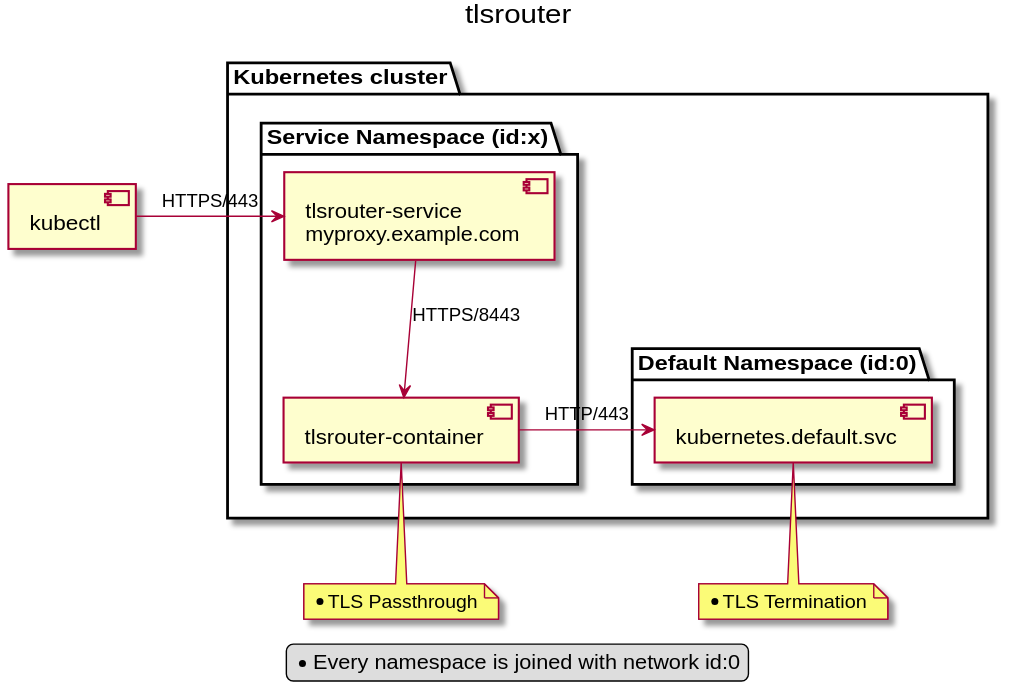
Above: resource/components.svg in michiel/docker-k8s-tlsrouter (PlantUML), before the change.
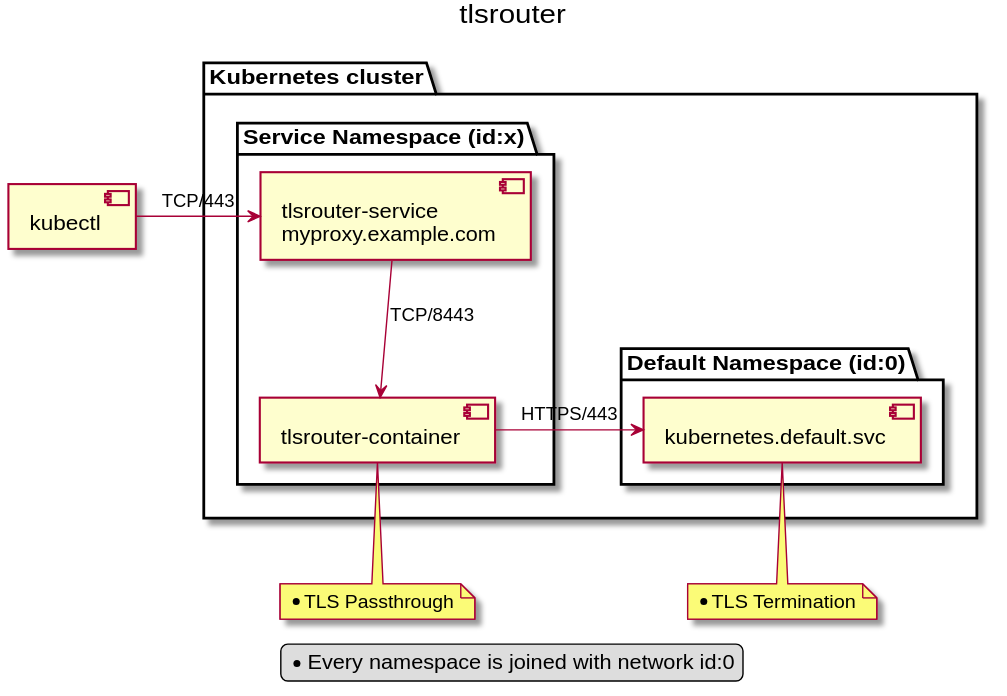
After the commit.

Diff of the diagram source:
```diff
@@ -16,9 +16,9 @@
   }
 }
 
-kubectl -r-> tlsrouter_service : HTTPS/443
-tlsrouter_service -d-> tlsrouter_container : HTTPS/8443
-tlsrouter_container -r-> kubernetes_service : HTTP/443
+kubectl -r-> tlsrouter_service : TCP/443
+tlsrouter_service -d-> tlsrouter_container : TCP/8443
+tlsrouter_container -r-> kubernetes_service : HTTPS/443
 
 note bottom of tlsrouter_container
   * TLS Passthrough
```
